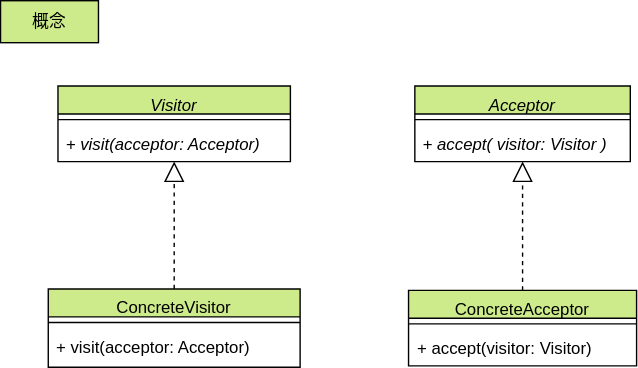
The draw.io diagram drawio/visitor/visitor-concept.drawio.svg in go-to-k/cdk-gof-design-pattern, before a commit. Source tidied: cells renumbered, new cells last; positions are measured from the earlier drawing's top-left corner, leaving out a move shared by most shapes.
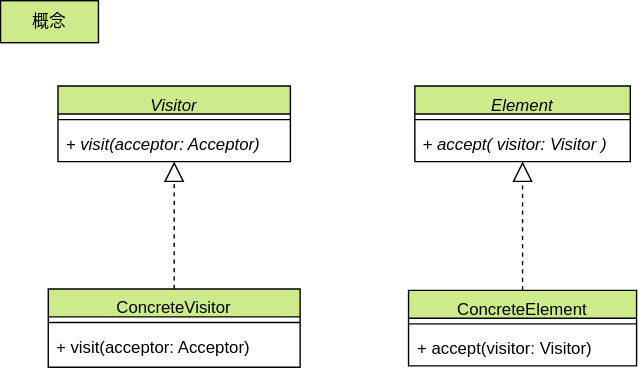
Later version of the same file.

Commit message:
change visitor diagrams

The edit, as a diff of the source:
```diff
@@ -26,7 +26,7 @@
     <mxCell id="9" style="endArrow=block;dashed=1;endFill=0;endSize=12;html=1;rounded=0;fontColor=#000000;strokeColor=#000000;labelBackgroundColor=none;" parent="1" edge="1" source="6" target="2">
       <mxGeometry relative="1" as="geometry" />
     </mxCell>
-    <mxCell id="10" value="Acceptor" style="swimlane;fontStyle=2;align=center;verticalAlign=top;horizontal=1;startSize=20;rounded=0;shadow=0;strokeWidth=1;fillColor=#cdeb8b;strokeColor=#000000;fontColor=#000000;" parent="1" vertex="1">
+    <mxCell id="10" value="Element" style="swimlane;fontStyle=2;align=center;verticalAlign=top;horizontal=1;startSize=20;rounded=0;shadow=0;strokeWidth=1;fillColor=#cdeb8b;strokeColor=#000000;fontColor=#000000;" parent="1" vertex="1">
       <mxGeometry x="296" y="61" width="154" height="54" as="geometry" />
     </mxCell>
     <mxCell id="11" style="line;html=1;strokeWidth=1;align=left;verticalAlign=middle;spacingTop=-1;spacingLeft=3;spacingRight=3;labelPosition=right;fontColor=#000000;strokeColor=#000000;" parent="10" vertex="1">
@@ -35,7 +35,7 @@
     <mxCell id="12" value="&lt;i&gt;+ accept(&lt;/i&gt;&lt;i&gt;visitor: Visitor&lt;/i&gt;&lt;i&gt;)&lt;/i&gt;" style="text;strokeColor=none;fillColor=none;align=left;verticalAlign=top;spacingLeft=4;spacingRight=4;overflow=hidden;whiteSpace=wrap;html=1;fontColor=#000000;" parent="10" vertex="1">
       <mxGeometry y="28" width="154" height="19" as="geometry" />
     </mxCell>
-    <mxCell id="13" value="ConcreteAcceptor" style="swimlane;fontStyle=0;align=center;verticalAlign=top;horizontal=1;startSize=20;rounded=0;shadow=0;strokeWidth=1;fillColor=#cdeb8b;strokeColor=#000000;fontColor=#000000;" parent="1" vertex="1">
+    <mxCell id="13" value="ConcreteElement" style="swimlane;fontStyle=0;align=center;verticalAlign=top;horizontal=1;startSize=20;rounded=0;shadow=0;strokeWidth=1;fillColor=#cdeb8b;strokeColor=#000000;fontColor=#000000;" parent="1" vertex="1">
       <mxGeometry x="291.5" y="207" width="163" height="54" as="geometry" />
     </mxCell>
     <mxCell id="14" style="line;html=1;strokeWidth=1;align=left;verticalAlign=middle;spacingTop=-1;spacingLeft=3;spacingRight=3;labelPosition=right;fontColor=#000000;strokeColor=#000000;" parent="13" vertex="1">
```
